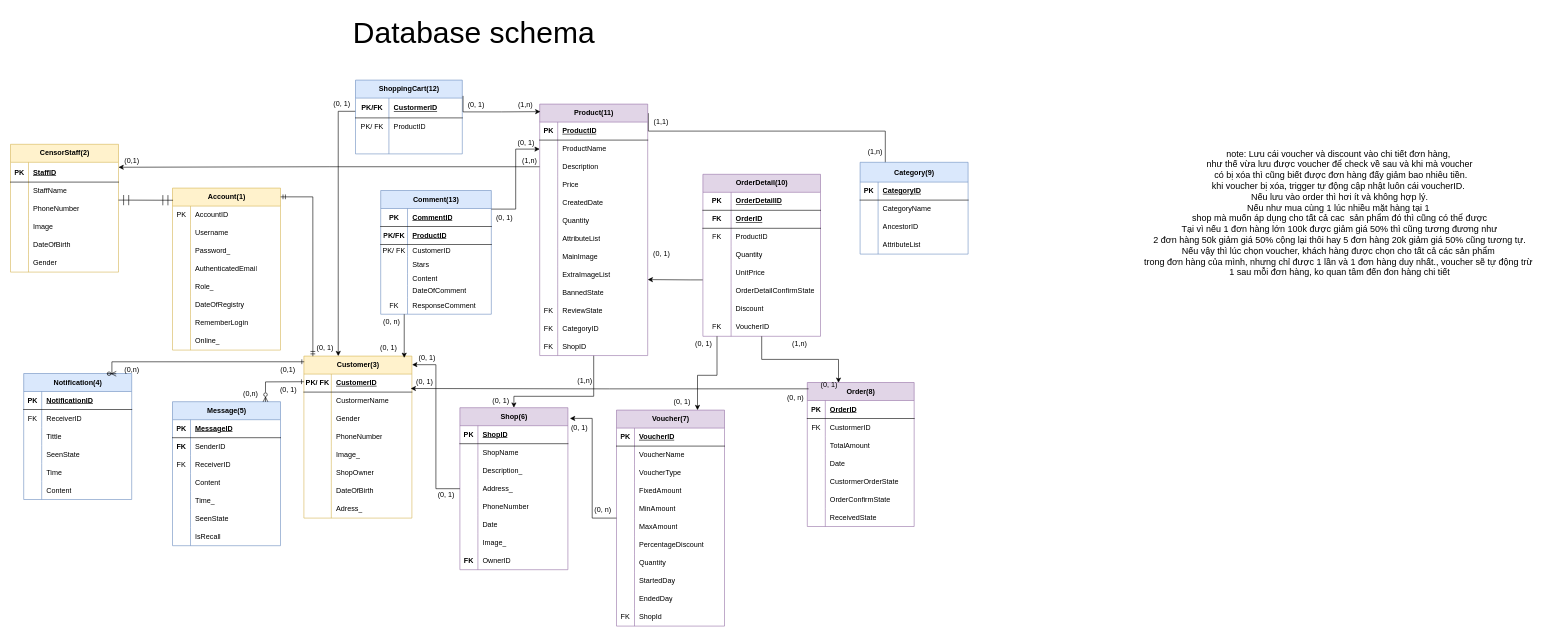
Earlier version of the draw.io diagram page "database" (4 of 7) of Designed Diagram/diagram.drawio (lovecrushfamily/LovE-Commerce-v0.0.2). Source tidied: cells renumbered, new cells numbered last; positions are measured from the earlier drawing's top-left corner, leaving out a move shared by most shapes. Both pictures are drawn from the tidied source at 60%, with x=0, y=0 at pixel (10, 10).
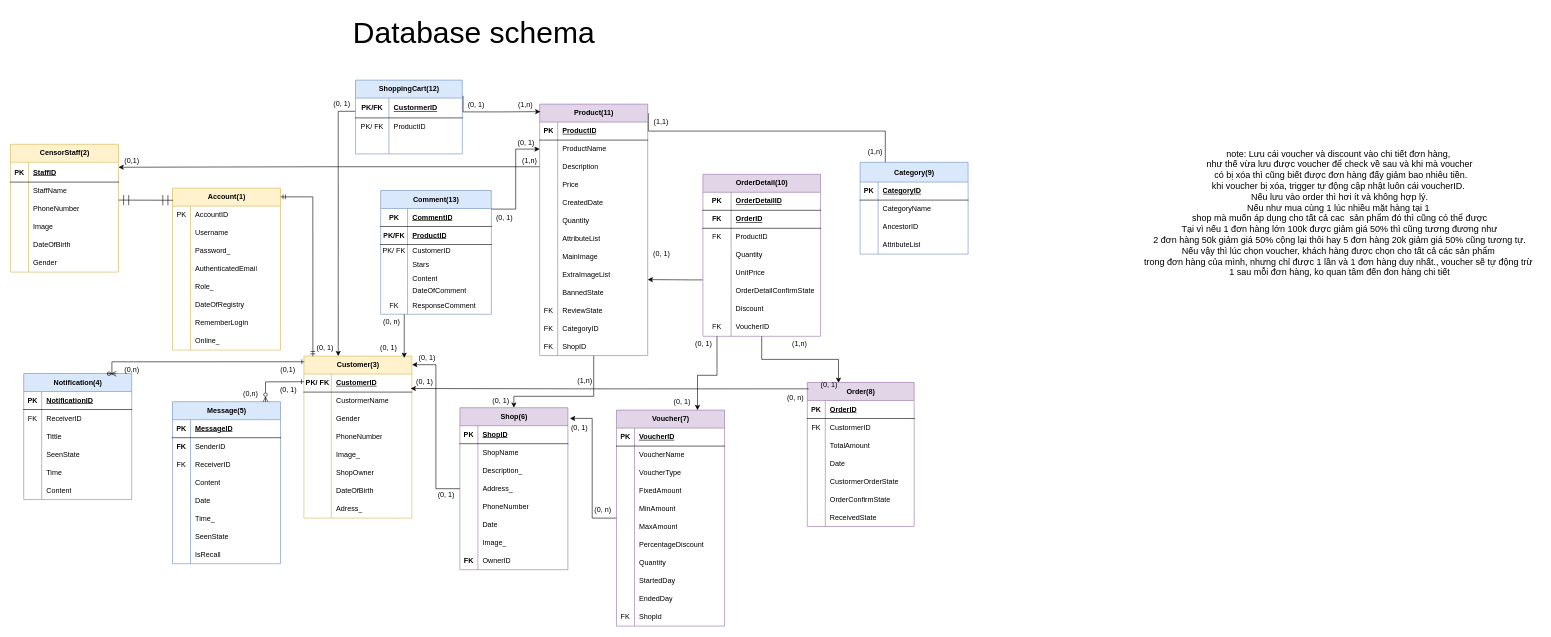
Above is the later version.

Diff of the diagram source:
```diff
@@
     <mxCell id="128" value="Message(5)" style="shape=table;startSize=30;childLayout=tableLayout;rowLines=0;fontStyle=1;align=center;html=1;fillColor=#dae8fc;strokeColor=#6c8ebf;" parent="1" vertex="1">
-      <mxGeometry x="270" y="652" width="180" height="240" as="geometry" />
+      <mxGeometry x="270" y="652" width="180" height="270" as="geometry" />
     </mxCell>
@@
+    <mxCell id="351" style="shape=tableRow;horizontal=0;startSize=0;swimlaneHead=0;swimlaneBody=0;fillColor=none;top=0;left=0;right=0;bottom=0;" parent="128" vertex="1">
+      <mxGeometry y="150" width="180" height="30" as="geometry" />
+    </mxCell>
+    <mxCell id="352" style="shape=partialRectangle;fillColor=none;top=0;left=0;bottom=0;right=0;overflow=hidden;whiteSpace=wrap;html=1;" parent="351" vertex="1">
+      <mxGeometry width="30" height="30" as="geometry" />
+    </mxCell>
+    <mxCell id="353" value="Date" style="shape=partialRectangle;fillColor=none;top=0;left=0;bottom=0;right=0;align=left;spacingLeft=6;overflow=hidden;whiteSpace=wrap;html=1;" parent="351" vertex="1">
+      <mxGeometry x="30" width="150" height="30" as="geometry" />
+    </mxCell>
     <mxCell id="141" style="shape=tableRow;horizontal=0;startSize=0;swimlaneHead=0;swimlaneBody=0;fillColor=none;top=0;left=0;right=0;bottom=0;" parent="128" vertex="1">
-      <mxGeometry y="150" width="180" height="30" as="geometry" />
+      <mxGeometry y="180" width="180" height="30" as="geometry" />
     </mxCell>
@@
     <mxCell id="144" style="shape=tableRow;horizontal=0;startSize=0;swimlaneHead=0;swimlaneBody=0;fillColor=none;top=0;left=0;right=0;bottom=0;" parent="128" vertex="1">
-      <mxGeometry y="180" width="180" height="30" as="geometry" />
+      <mxGeometry y="210" width="180" height="30" as="geometry" />
     </mxCell>
@@
     <mxCell id="147" style="shape=tableRow;horizontal=0;startSize=0;swimlaneHead=0;swimlaneBody=0;fillColor=none;top=0;left=0;right=0;bottom=0;" parent="128" vertex="1">
-      <mxGeometry y="210" width="180" height="30" as="geometry" />
+      <mxGeometry y="240" width="180" height="30" as="geometry" />
     </mxCell>
```
